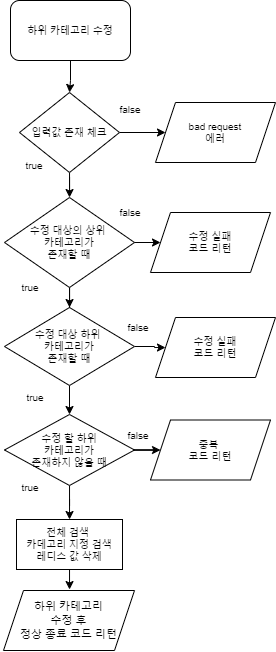
Earlier version of the draw.io export readmefiles/하위카테고리수정.png (Moonbyeonggeun/categoryApi). Source tidied: cells renumbered, new cells last; positions are measured from the earlier drawing's top-left corner, leaving out a move shared by most shapes.
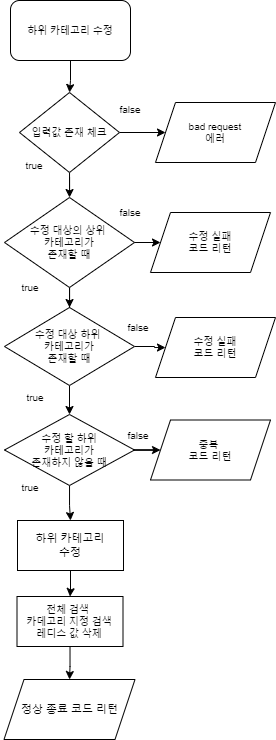
The same diagram one commit later.

What changed in the source:
```diff
@@ -44,9 +44,9 @@
     <mxCell id="15" style="edgeStyle=orthogonalEdgeStyle;rounded=0;jettySize=auto;html=1;" parent="1" edge="1" source="17" target="18">
       <mxGeometry relative="1" as="geometry" />
     </mxCell>
-    <mxCell id="16" style="edgeStyle=orthogonalEdgeStyle;rounded=0;jettySize=auto;html=1;" parent="1" edge="1" source="17" target="30">
-      <mxGeometry relative="1" as="geometry" />
-    </mxCell>
+    <mxCell id="31" style="edgeStyle=orthogonalEdgeStyle;rounded=0;jettySize=auto;html=1;" parent="1" edge="1" source="17" target="33">
+      <mxGeometry relative="1" as="geometry" />
+    </mxCell>
     <mxCell id="17" value="수정 할 하위&lt;br&gt;카테고리가&lt;br&gt;존재하지 않을 때" style="rhombus;whiteSpace=wrap;html=1;fontSize=10;" parent="1" vertex="1">
       <mxGeometry x="4" y="414" width="130" height="71" as="geometry" />
     </mxCell>
@@ -59,8 +59,8 @@
     <mxCell id="20" value="true" style="text;html=1;strokeColor=none;fillColor=none;align=center;verticalAlign=middle;whiteSpace=wrap;rounded=0;fontSize=10;" parent="1" vertex="1">
       <mxGeometry y="472" width="60" height="30" as="geometry" />
     </mxCell>
-    <mxCell id="21" value="&lt;span style=&quot;font-size: 11px;&quot;&gt;하위 카테고리&lt;br&gt;수정 후&lt;/span&gt;&lt;br style=&quot;font-size: 11px;&quot;&gt;&lt;span style=&quot;font-size: 11px;&quot;&gt;정상 종료 코드 리턴&lt;/span&gt;" style="shape=parallelogram;perimeter=parallelogramPerimeter;whiteSpace=wrap;html=1;fixedSize=1;fontSize=10;" parent="1" vertex="1">
-      <mxGeometry x="3" y="590" width="131" height="60" as="geometry" />
+    <mxCell id="21" value="&lt;span style=&quot;font-size: 11px;&quot;&gt;정상 종료 코드 리턴&lt;/span&gt;" style="shape=parallelogram;perimeter=parallelogramPerimeter;whiteSpace=wrap;html=1;fixedSize=1;fontSize=10;" parent="1" vertex="1">
+      <mxGeometry x="3.5" y="679" width="131" height="60" as="geometry" />
     </mxCell>
     <mxCell id="22" style="edgeStyle=orthogonalEdgeStyle;rounded=0;jettySize=auto;html=1;" parent="1" edge="1" source="24" target="13">
       <mxGeometry relative="1" as="geometry" />
@@ -87,7 +87,13 @@
       <mxGeometry relative="1" as="geometry" />
     </mxCell>
     <mxCell id="30" value="전체 검색 &lt;br&gt;카데고리 지정 검색&lt;br&gt;레디스 값 삭제" style="rounded=0;whiteSpace=wrap;html=1;fontSize=10;" parent="1" vertex="1">
-      <mxGeometry x="16" y="519" width="106" height="50" as="geometry" />
+      <mxGeometry x="16.5" y="596" width="106" height="50" as="geometry" />
     </mxCell>
+    <mxCell id="32" style="edgeStyle=orthogonalEdgeStyle;rounded=0;jettySize=auto;html=1;" parent="1" edge="1" source="33" target="30">
+      <mxGeometry relative="1" as="geometry" />
+    </mxCell>
+    <mxCell id="33" value="&lt;span style=&quot;font-size: 11px;&quot;&gt;하위 카테고리&lt;/span&gt;&lt;br style=&quot;font-size: 11px;&quot;&gt;&lt;span style=&quot;font-size: 11px;&quot;&gt;수정&lt;/span&gt;" style="rounded=0;whiteSpace=wrap;html=1;fontSize=10;" parent="1" vertex="1">
+      <mxGeometry x="17" y="520" width="106" height="50" as="geometry" />
+    </mxCell>
   </root>
 </mxGraphModel>
```
